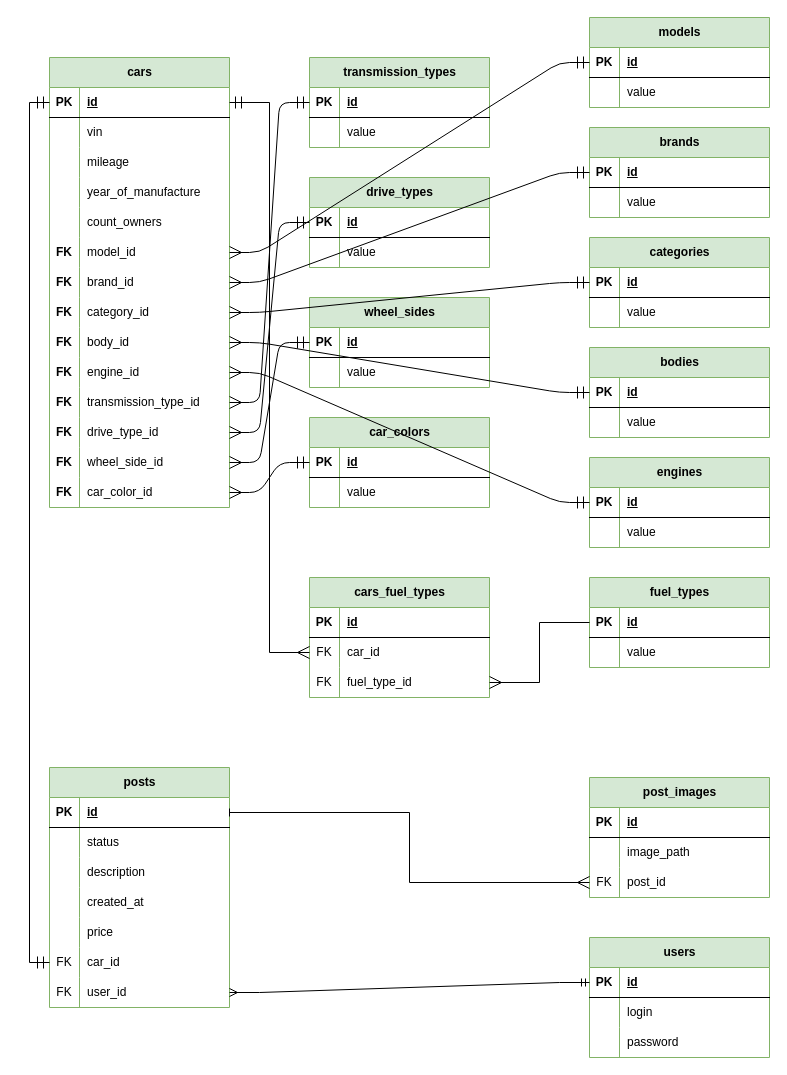
Above: DB_diagram.drawio in alkrivosheev/job4j_cars (draw.io), before the change. Source tidied: cells renumbered, new cells numbered last; positions are measured from the earlier drawing's top-left corner, leaving out a move shared by most shapes. Both pictures are drawn from the tidied source at 100%, with x=0, y=0 at pixel (49, 17).
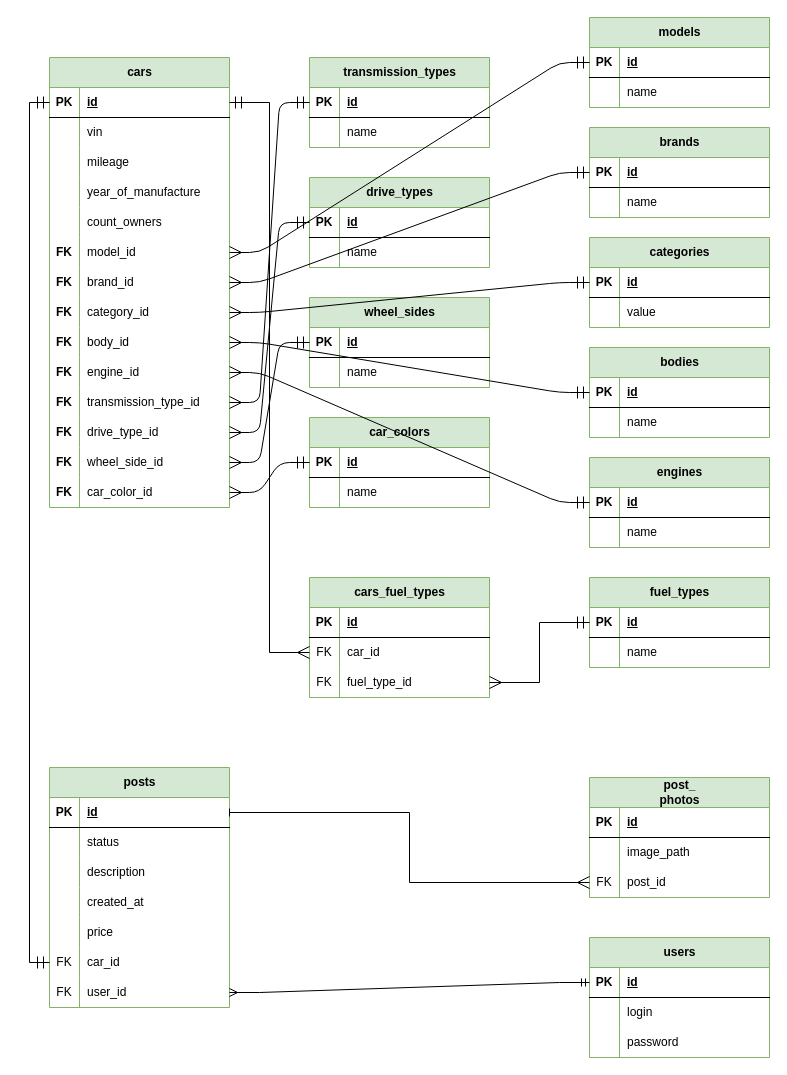
The same diagram, later.

The change refers to these unchanged cells:
```xml
<mxCell id="71" style="shape=tableRow;horizontal=0;startSize=0;swimlaneHead=0;swimlaneBody=0;fillColor=none;top=0;left=0;right=0;bottom=0;" parent="67" vertex="1">
  <mxGeometry y="60" width="180" height="30" as="geometry" />
</mxCell>
<mxCell id="78" style="shape=tableRow;horizontal=0;startSize=0;swimlaneHead=0;swimlaneBody=0;fillColor=none;top=0;left=0;right=0;bottom=0;" parent="74" vertex="1">
  <mxGeometry y="60" width="180" height="30" as="geometry" />
</mxCell>
<mxCell id="92" style="shape=tableRow;horizontal=0;startSize=0;swimlaneHead=0;swimlaneBody=0;fillColor=none;top=0;left=0;right=0;bottom=0;" parent="88" vertex="1">
  <mxGeometry y="60" width="180" height="30" as="geometry" />
</mxCell>
<mxCell id="99" style="shape=tableRow;horizontal=0;startSize=0;swimlaneHead=0;swimlaneBody=0;fillColor=none;top=0;left=0;right=0;bottom=0;" parent="95" vertex="1">
  <mxGeometry y="60" width="180" height="30" as="geometry" />
</mxCell>
<mxCell id="106" style="shape=tableRow;horizontal=0;startSize=0;swimlaneHead=0;swimlaneBody=0;fillColor=none;top=0;left=0;right=0;bottom=0;" parent="102" vertex="1">
  <mxGeometry y="60" width="180" height="30" as="geometry" />
</mxCell>
<mxCell id="113" style="shape=tableRow;horizontal=0;startSize=0;swimlaneHead=0;swimlaneBody=0;fillColor=none;top=0;left=0;right=0;bottom=0;" parent="109" vertex="1">
  <mxGeometry y="60" width="180" height="30" as="geometry" />
</mxCell>
<mxCell id="120" style="shape=tableRow;horizontal=0;startSize=0;swimlaneHead=0;swimlaneBody=0;fillColor=none;top=0;left=0;right=0;bottom=0;" parent="116" vertex="1">
  <mxGeometry y="60" width="180" height="30" as="geometry" />
</mxCell>
<mxCell id="127" style="shape=tableRow;horizontal=0;startSize=0;swimlaneHead=0;swimlaneBody=0;fillColor=none;top=0;left=0;right=0;bottom=0;" parent="123" vertex="1">
  <mxGeometry y="60" width="180" height="30" as="geometry" />
</mxCell>
<mxCell id="131" style="shape=tableRow;horizontal=0;startSize=0;swimlaneHead=0;swimlaneBody=0;fillColor=none;points=[[0,0.5],[1,0.5]];portConstraint=eastwest;top=0;left=0;right=0;bottom=1;" parent="130" vertex="1">
  <mxGeometry y="30" width="180" height="30" as="geometry" />
</mxCell>
<mxCell id="134" style="shape=tableRow;horizontal=0;startSize=0;swimlaneHead=0;swimlaneBody=0;fillColor=none;top=0;left=0;right=0;bottom=0;" parent="130" vertex="1">
  <mxGeometry y="60" width="180" height="30" as="geometry" />
</mxCell>
<mxCell id="146" style="shape=tableRow;horizontal=0;startSize=0;swimlaneHead=0;swimlaneBody=0;fillColor=none;points=[[0,0.5],[1,0.5]];portConstraint=eastwest;top=0;left=0;right=0;bottom=0;" parent="139" vertex="1">
  <mxGeometry y="90" width="180" height="30" as="geometry" />
</mxCell>
```

Change to the diagram source:
```diff
@@
-    <mxCell id="73" value="value" style="shape=partialRectangle;fillColor=none;top=0;left=0;bottom=0;right=0;align=left;spacingLeft=6;overflow=hidden;whiteSpace=wrap;html=1;" parent="71" vertex="1">
+    <mxCell id="73" value="name" style="shape=partialRectangle;fillColor=none;top=0;left=0;bottom=0;right=0;align=left;spacingLeft=6;overflow=hidden;whiteSpace=wrap;html=1;" parent="71" vertex="1">
       <mxGeometry x="30" width="150" height="30" as="geometry" />
     </mxCell>
@@
-    <mxCell id="80" value="value" style="shape=partialRectangle;fillColor=none;top=0;left=0;bottom=0;right=0;align=left;spacingLeft=6;overflow=hidden;whiteSpace=wrap;html=1;" parent="78" vertex="1">
+    <mxCell id="80" value="name" style="shape=partialRectangle;fillColor=none;top=0;left=0;bottom=0;right=0;align=left;spacingLeft=6;overflow=hidden;whiteSpace=wrap;html=1;" parent="78" vertex="1">
       <mxGeometry x="30" width="150" height="30" as="geometry" />
     </mxCell>
@@
-    <mxCell id="94" value="value" style="shape=partialRectangle;fillColor=none;top=0;left=0;bottom=0;right=0;align=left;spacingLeft=6;overflow=hidden;whiteSpace=wrap;html=1;" parent="92" vertex="1">
+    <mxCell id="94" value="name" style="shape=partialRectangle;fillColor=none;top=0;left=0;bottom=0;right=0;align=left;spacingLeft=6;overflow=hidden;whiteSpace=wrap;html=1;" parent="92" vertex="1">
       <mxGeometry x="30" width="150" height="30" as="geometry" />
     </mxCell>
@@
-    <mxCell id="101" value="value" style="shape=partialRectangle;fillColor=none;top=0;left=0;bottom=0;right=0;align=left;spacingLeft=6;overflow=hidden;whiteSpace=wrap;html=1;" parent="99" vertex="1">
+    <mxCell id="101" value="name" style="shape=partialRectangle;fillColor=none;top=0;left=0;bottom=0;right=0;align=left;spacingLeft=6;overflow=hidden;whiteSpace=wrap;html=1;" parent="99" vertex="1">
       <mxGeometry x="30" width="150" height="30" as="geometry" />
     </mxCell>
@@
-    <mxCell id="108" value="value" style="shape=partialRectangle;fillColor=none;top=0;left=0;bottom=0;right=0;align=left;spacingLeft=6;overflow=hidden;whiteSpace=wrap;html=1;" parent="106" vertex="1">
+    <mxCell id="108" value="name" style="shape=partialRectangle;fillColor=none;top=0;left=0;bottom=0;right=0;align=left;spacingLeft=6;overflow=hidden;whiteSpace=wrap;html=1;" parent="106" vertex="1">
       <mxGeometry x="30" width="150" height="30" as="geometry" />
     </mxCell>
@@
-    <mxCell id="115" value="value" style="shape=partialRectangle;fillColor=none;top=0;left=0;bottom=0;right=0;align=left;spacingLeft=6;overflow=hidden;whiteSpace=wrap;html=1;" parent="113" vertex="1">
+    <mxCell id="115" value="name" style="shape=partialRectangle;fillColor=none;top=0;left=0;bottom=0;right=0;align=left;spacingLeft=6;overflow=hidden;whiteSpace=wrap;html=1;" parent="113" vertex="1">
       <mxGeometry x="30" width="150" height="30" as="geometry" />
     </mxCell>
@@
-    <mxCell id="122" value="value" style="shape=partialRectangle;fillColor=none;top=0;left=0;bottom=0;right=0;align=left;spacingLeft=6;overflow=hidden;whiteSpace=wrap;html=1;" parent="120" vertex="1">
+    <mxCell id="122" value="name" style="shape=partialRectangle;fillColor=none;top=0;left=0;bottom=0;right=0;align=left;spacingLeft=6;overflow=hidden;whiteSpace=wrap;html=1;" parent="120" vertex="1">
       <mxGeometry x="30" width="150" height="30" as="geometry" />
     </mxCell>
@@
-    <mxCell id="129" value="value" style="shape=partialRectangle;fillColor=none;top=0;left=0;bottom=0;right=0;align=left;spacingLeft=6;overflow=hidden;whiteSpace=wrap;html=1;" parent="127" vertex="1">
+    <mxCell id="129" value="name" style="shape=partialRectangle;fillColor=none;top=0;left=0;bottom=0;right=0;align=left;spacingLeft=6;overflow=hidden;whiteSpace=wrap;html=1;" parent="127" vertex="1">
       <mxGeometry x="30" width="150" height="30" as="geometry" />
     </mxCell>
@@
-    <mxCell id="136" value="value" style="shape=partialRectangle;fillColor=none;top=0;left=0;bottom=0;right=0;align=left;spacingLeft=6;overflow=hidden;whiteSpace=wrap;html=1;" parent="134" vertex="1">
+    <mxCell id="136" value="name" style="shape=partialRectangle;fillColor=none;top=0;left=0;bottom=0;right=0;align=left;spacingLeft=6;overflow=hidden;whiteSpace=wrap;html=1;" parent="134" vertex="1">
       <mxGeometry x="30" width="150" height="30" as="geometry" />
     </mxCell>
@@
-    <mxCell id="149" style="edgeStyle=orthogonalEdgeStyle;rounded=0;jettySize=auto;html=1;entryX=0;entryY=0.5;entryDx=0;entryDy=0;endArrow=none;startFill=0;startArrow=ERmany;endSize=10;startSize=10;exitX=1;exitY=0.5;exitDx=0;exitDy=0;" parent="1" edge="1" source="146" target="131">
+    <mxCell id="149" style="edgeStyle=orthogonalEdgeStyle;rounded=0;jettySize=auto;html=1;entryX=0;entryY=0.5;entryDx=0;entryDy=0;endArrow=ERmandOne;startFill=0;startArrow=ERmany;endSize=10;startSize=10;exitX=1;exitY=0.5;exitDx=0;exitDy=0;endFill=0;" parent="1" edge="1" source="146" target="131">
       <mxGeometry relative="1" as="geometry" />
     </mxCell>
@@
-    <mxCell id="158" value="&lt;span style=&quot;white-space: pre-wrap;&quot;&gt;post_images&lt;/span&gt;" style="shape=table;startSize=30;childLayout=tableLayout;rowLines=0;fontStyle=1;align=center;html=1;fillColor=#d5e8d4;strokeColor=#82b366;" parent="1" vertex="1">
+    <mxCell id="158" value="&lt;span style=&quot;white-space: pre-wrap;&quot;&gt;post_ photos&lt;/span&gt;" style="shape=table;startSize=30;childLayout=tableLayout;rowLines=0;fontStyle=1;align=center;html=1;fillColor=#d5e8d4;strokeColor=#82b366;" parent="1" vertex="1">
       <mxGeometry x="540" y="760" width="180" height="120" as="geometry" />
     </mxCell>
```
